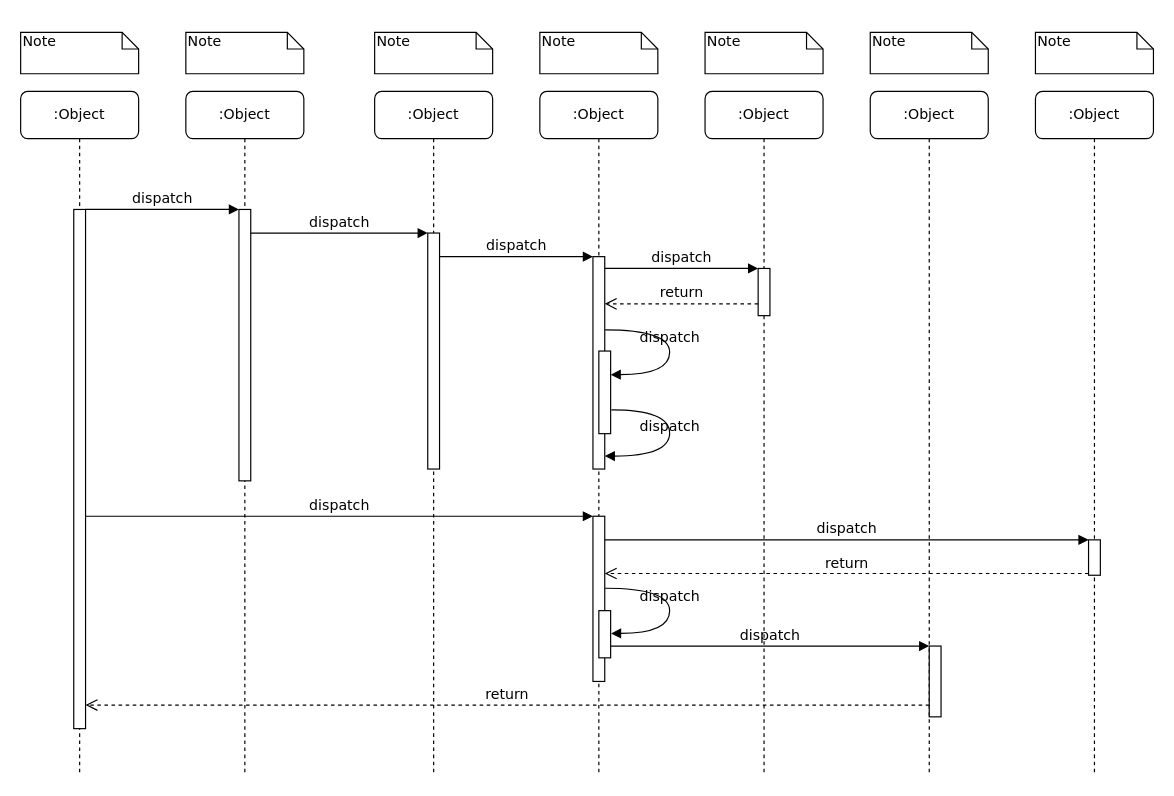
Before: Untitled Diagram.drawio in MarsDy/aaa, a draw.io diagram. Source tidied: cells renumbered, new cells numbered last; positions are measured from the earlier drawing's top-left corner, leaving out a move shared by most shapes. Both pictures are drawn from the tidied source at 118%, with x=0, y=0 at pixel (20, 32).
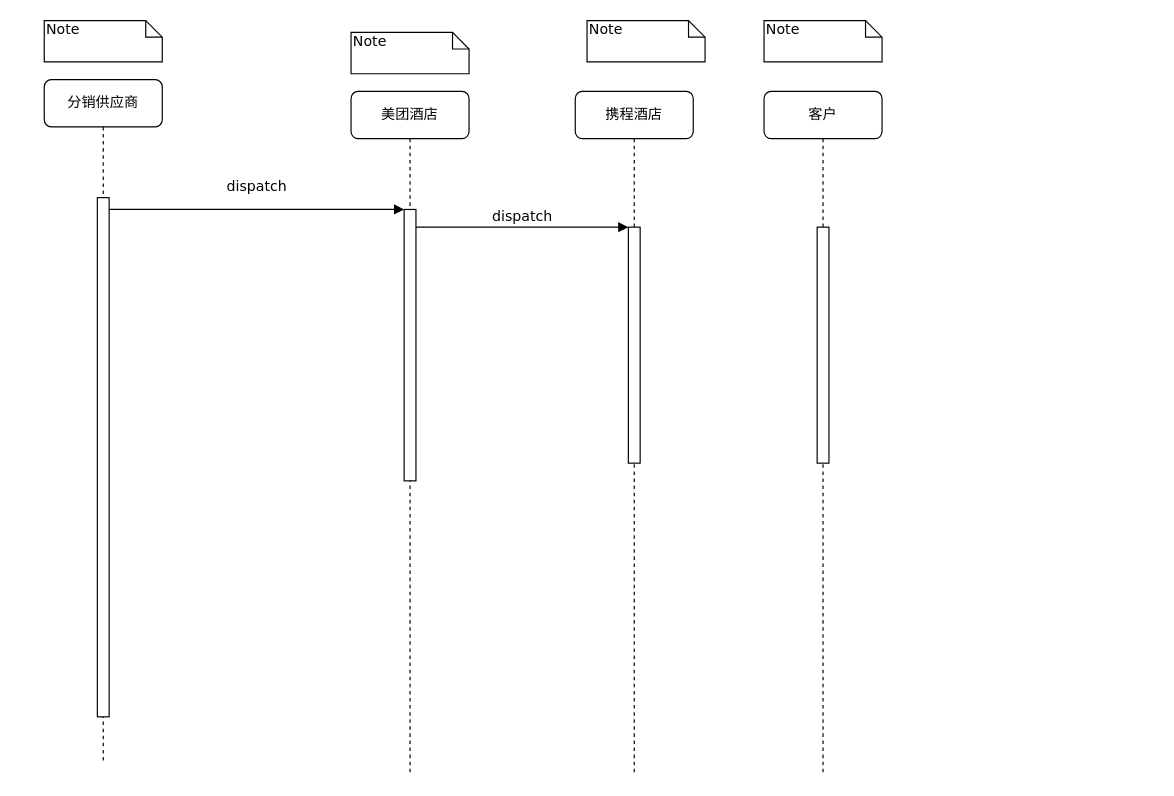
Above is the later version.

Unchanged cells that the change refers to:
```xml
<mxCell id="3" style="html=1;points=[];perimeter=orthogonalPerimeter;rounded=0;shadow=0;comic=0;labelBackgroundColor=none;strokeWidth=1;fontFamily=Verdana;fontSize=12;align=center;" parent="2" vertex="1">
  <mxGeometry x="45" y="100" width="10" height="230" as="geometry" />
</mxCell>
<mxCell id="11" style="html=1;points=[];perimeter=orthogonalPerimeter;rounded=0;shadow=0;comic=0;labelBackgroundColor=none;strokeWidth=1;fontFamily=Verdana;fontSize=12;align=center;" parent="10" vertex="1">
  <mxGeometry x="45" y="100" width="10" height="440" as="geometry" />
</mxCell>
```

The edit, as a diff of the source:
```diff
@@
-    <mxCell id="2" value=":Object" style="shape=umlLifeline;perimeter=lifelinePerimeter;whiteSpace=wrap;html=1;rounded=1;shadow=0;comic=0;labelBackgroundColor=none;strokeWidth=1;fontFamily=Verdana;fontSize=12;align=center;" parent="1" vertex="1">
-      <mxGeometry x="140" y="50" width="100" height="580" as="geometry" />
+    <mxCell id="2" value="美团酒店" style="shape=umlLifeline;perimeter=lifelinePerimeter;whiteSpace=wrap;html=1;rounded=1;shadow=0;comic=0;labelBackgroundColor=none;strokeWidth=1;fontFamily=Verdana;fontSize=12;align=center;" parent="1" vertex="1">
+      <mxGeometry x="280" y="50" width="100" height="580" as="geometry" />
     </mxCell>
@@
-    <mxCell id="4" value=":Object" style="shape=umlLifeline;perimeter=lifelinePerimeter;whiteSpace=wrap;html=1;rounded=1;shadow=0;comic=0;labelBackgroundColor=none;strokeWidth=1;fontFamily=Verdana;fontSize=12;align=center;" parent="1" vertex="1">
-      <mxGeometry x="300" y="50" width="100" height="580" as="geometry" />
+    <mxCell id="4" value="携程酒店" style="shape=umlLifeline;perimeter=lifelinePerimeter;whiteSpace=wrap;html=1;rounded=1;shadow=0;comic=0;labelBackgroundColor=none;strokeWidth=1;fontFamily=Verdana;fontSize=12;align=center;" parent="1" vertex="1">
+      <mxGeometry x="470" y="50" width="100" height="580" as="geometry" />
     </mxCell>
     <mxCell id="5" style="html=1;points=[];perimeter=orthogonalPerimeter;rounded=0;shadow=0;comic=0;labelBackgroundColor=none;strokeWidth=1;fontFamily=Verdana;fontSize=12;align=center;" parent="4" vertex="1">
-      <mxGeometry x="45" y="120" width="10" height="200" as="geometry" />
+      <mxGeometry x="45" y="115" width="10" height="200" as="geometry" />
     </mxCell>
-    <mxCell id="6" value=":Object" style="shape=umlLifeline;perimeter=lifelinePerimeter;whiteSpace=wrap;html=1;rounded=1;shadow=0;comic=0;labelBackgroundColor=none;strokeWidth=1;fontFamily=Verdana;fontSize=12;align=center;" parent="1" vertex="1">
-      <mxGeometry x="440" y="50" width="100" height="580" as="geometry" />
-    </mxCell>
-    <mxCell id="7" value=":Object" style="shape=umlLifeline;perimeter=lifelinePerimeter;whiteSpace=wrap;html=1;rounded=1;shadow=0;comic=0;labelBackgroundColor=none;strokeWidth=1;fontFamily=Verdana;fontSize=12;align=center;" parent="1" vertex="1">
-      <mxGeometry x="580" y="50" width="100" height="580" as="geometry" />
-    </mxCell>
-    <mxCell id="8" value=":Object" style="shape=umlLifeline;perimeter=lifelinePerimeter;whiteSpace=wrap;html=1;rounded=1;shadow=0;comic=0;labelBackgroundColor=none;strokeWidth=1;fontFamily=Verdana;fontSize=12;align=center;" parent="1" vertex="1">
-      <mxGeometry x="720" y="50" width="100" height="580" as="geometry" />
-    </mxCell>
-    <mxCell id="9" value=":Object" style="shape=umlLifeline;perimeter=lifelinePerimeter;whiteSpace=wrap;html=1;rounded=1;shadow=0;comic=0;labelBackgroundColor=none;strokeWidth=1;fontFamily=Verdana;fontSize=12;align=center;" parent="1" vertex="1">
-      <mxGeometry x="860" y="50" width="100" height="580" as="geometry" />
-    </mxCell>
-    <mxCell id="10" value=":Object" style="shape=umlLifeline;perimeter=lifelinePerimeter;whiteSpace=wrap;html=1;rounded=1;shadow=0;comic=0;labelBackgroundColor=none;strokeWidth=1;fontFamily=Verdana;fontSize=12;align=center;" parent="1" vertex="1">
-      <mxGeometry y="50" width="100" height="580" as="geometry" />
+    <mxCell id="10" value="分销供应商" style="shape=umlLifeline;perimeter=lifelinePerimeter;whiteSpace=wrap;html=1;rounded=1;shadow=0;comic=0;labelBackgroundColor=none;strokeWidth=1;fontFamily=Verdana;fontSize=12;align=center;" parent="1" vertex="1">
+      <mxGeometry x="20" y="40" width="100" height="580" as="geometry" />
     </mxCell>
@@
-    <mxCell id="12" style="html=1;points=[];perimeter=orthogonalPerimeter;rounded=0;shadow=0;comic=0;labelBackgroundColor=none;strokeWidth=1;fontFamily=Verdana;fontSize=12;align=center;" parent="1" vertex="1">
-      <mxGeometry x="485" y="190" width="10" height="180" as="geometry" />
-    </mxCell>
-    <mxCell id="13" value="dispatch" style="html=1;verticalAlign=bottom;endArrow=block;labelBackgroundColor=none;fontFamily=Verdana;fontSize=12;edgeStyle=elbowEdgeStyle;elbow=vertical;" parent="1" edge="1" source="5" target="12">
-      <mxGeometry relative="1" as="geometry">
-        <Array as="points">
-          <mxPoint x="360" y="190" />
-        </Array>
-      </mxGeometry>
-    </mxCell>
-    <mxCell id="14" style="html=1;points=[];perimeter=orthogonalPerimeter;rounded=0;shadow=0;comic=0;labelBackgroundColor=none;strokeWidth=1;fontFamily=Verdana;fontSize=12;align=center;" parent="1" vertex="1">
-      <mxGeometry x="625" y="200" width="10" height="40" as="geometry" />
-    </mxCell>
-    <mxCell id="15" value="dispatch" style="html=1;verticalAlign=bottom;endArrow=block;entryX=0;entryY=0;labelBackgroundColor=none;fontFamily=Verdana;fontSize=12;edgeStyle=elbowEdgeStyle;elbow=vertical;" parent="1" edge="1" source="12" target="14">
-      <mxGeometry relative="1" as="geometry" />
-    </mxCell>
-    <mxCell id="16" value="return" style="html=1;verticalAlign=bottom;endArrow=open;dashed=1;endSize=8;labelBackgroundColor=none;fontFamily=Verdana;fontSize=12;edgeStyle=elbowEdgeStyle;elbow=vertical;" parent="1" edge="1" source="14" target="12">
-      <mxGeometry relative="1" as="geometry">
-        <Array as="points">
-          <mxPoint x="570" y="230" />
-          <mxPoint x="600" y="230" />
-        </Array>
-      </mxGeometry>
-    </mxCell>
-    <mxCell id="17" style="html=1;points=[];perimeter=orthogonalPerimeter;rounded=0;shadow=0;comic=0;labelBackgroundColor=none;strokeWidth=1;fontFamily=Verdana;fontSize=12;align=center;" parent="1" vertex="1">
-      <mxGeometry x="485" y="410" width="10" height="140" as="geometry" />
-    </mxCell>
-    <mxCell id="18" value="dispatch" style="html=1;verticalAlign=bottom;endArrow=block;entryX=0;entryY=0;labelBackgroundColor=none;fontFamily=Verdana;fontSize=12;" parent="1" edge="1" source="11" target="17">
-      <mxGeometry relative="1" as="geometry" />
-    </mxCell>
-    <mxCell id="19" style="html=1;points=[];perimeter=orthogonalPerimeter;rounded=0;shadow=0;comic=0;labelBackgroundColor=none;strokeColor=#000000;strokeWidth=1;fillColor=#FFFFFF;fontFamily=Verdana;fontSize=12;fontColor=#000000;align=center;" parent="1" vertex="1">
-      <mxGeometry x="905" y="430" width="10" height="30" as="geometry" />
-    </mxCell>
-    <mxCell id="20" value="dispatch" style="html=1;verticalAlign=bottom;endArrow=block;entryX=0;entryY=0;labelBackgroundColor=none;fontFamily=Verdana;fontSize=12;" parent="1" edge="1" source="17" target="19">
-      <mxGeometry relative="1" as="geometry" />
-    </mxCell>
-    <mxCell id="21" value="return" style="html=1;verticalAlign=bottom;endArrow=open;dashed=1;endSize=8;exitX=0;exitY=0.95;labelBackgroundColor=none;fontFamily=Verdana;fontSize=12;" parent="1" edge="1" source="19" target="17">
-      <mxGeometry relative="1" as="geometry" />
-    </mxCell>
-    <mxCell id="22" style="html=1;points=[];perimeter=orthogonalPerimeter;rounded=0;shadow=0;comic=0;labelBackgroundColor=none;strokeWidth=1;fontFamily=Verdana;fontSize=12;align=center;" parent="1" vertex="1">
-      <mxGeometry x="770" y="520" width="10" height="60" as="geometry" />
-    </mxCell>
-    <mxCell id="23" value="dispatch" style="html=1;verticalAlign=bottom;endArrow=block;entryX=0;entryY=0;labelBackgroundColor=none;fontFamily=Verdana;fontSize=12;edgeStyle=elbowEdgeStyle;elbow=vertical;" parent="1" edge="1" source="30" target="22">
-      <mxGeometry relative="1" as="geometry" />
-    </mxCell>
-    <mxCell id="24" value="return" style="html=1;verticalAlign=bottom;endArrow=open;dashed=1;endSize=8;labelBackgroundColor=none;fontFamily=Verdana;fontSize=12;edgeStyle=elbowEdgeStyle;elbow=vertical;" parent="1" edge="1" source="22" target="11">
-      <mxGeometry relative="1" as="geometry">
-        <Array as="points">
-          <mxPoint x="470" y="570" />
-        </Array>
-      </mxGeometry>
-    </mxCell>
     <mxCell id="25" value="dispatch" style="html=1;verticalAlign=bottom;endArrow=block;entryX=0;entryY=0;labelBackgroundColor=none;fontFamily=Verdana;fontSize=12;edgeStyle=elbowEdgeStyle;elbow=vertical;" parent="1" edge="1" source="11" target="3">
-      <mxGeometry relative="1" as="geometry" />
+      <mxGeometry y="10" relative="1" as="geometry" />
     </mxCell>
@@
-    <mxCell id="27" style="html=1;points=[];perimeter=orthogonalPerimeter;rounded=0;shadow=0;comic=0;labelBackgroundColor=none;strokeWidth=1;fontFamily=Verdana;fontSize=12;align=center;" parent="1" vertex="1">
-      <mxGeometry x="490" y="270" width="10" height="70" as="geometry" />
-    </mxCell>
-    <mxCell id="28" value="dispatch" style="html=1;verticalAlign=bottom;endArrow=block;labelBackgroundColor=none;fontFamily=Verdana;fontSize=12;elbow=vertical;edgeStyle=orthogonalEdgeStyle;curved=1;entryX=1;entryY=0.286;entryPerimeter=0;exitX=1.038;exitY=0.345;exitPerimeter=0;" parent="1" edge="1" source="12" target="27">
-      <mxGeometry relative="1" as="geometry">
-        <Array as="points">
-          <mxPoint x="550" y="252" />
-          <mxPoint x="550" y="290" />
-        </Array>
-      </mxGeometry>
-    </mxCell>
-    <mxCell id="29" value="dispatch" style="html=1;verticalAlign=bottom;endArrow=block;labelBackgroundColor=none;fontFamily=Verdana;fontSize=12;elbow=vertical;edgeStyle=orthogonalEdgeStyle;curved=1;exitX=1.066;exitY=0.713;exitPerimeter=0;" parent="1" edge="1" source="27">
-      <mxGeometry relative="1" as="geometry">
-        <mxPoint x="495" y="359" as="targetPoint" />
-        <Array as="points">
-          <mxPoint x="550" y="320" />
-          <mxPoint x="550" y="359" />
-        </Array>
-      </mxGeometry>
-    </mxCell>
-    <mxCell id="30" style="html=1;points=[];perimeter=orthogonalPerimeter;rounded=0;shadow=0;comic=0;labelBackgroundColor=none;strokeWidth=1;fontFamily=Verdana;fontSize=12;align=center;" parent="1" vertex="1">
-      <mxGeometry x="490" y="490" width="10" height="40" as="geometry" />
-    </mxCell>
-    <mxCell id="31" value="dispatch" style="html=1;verticalAlign=bottom;endArrow=block;labelBackgroundColor=none;fontFamily=Verdana;fontSize=12;elbow=vertical;edgeStyle=orthogonalEdgeStyle;curved=1;entryX=1;entryY=0.286;entryPerimeter=0;exitX=1.038;exitY=0.345;exitPerimeter=0;" parent="1" edge="1">
-      <mxGeometry relative="1" as="geometry">
-        <mxPoint x="495.3" y="471" as="sourcePoint" />
-        <mxPoint x="500.3" y="509.3" as="targetPoint" />
-        <Array as="points">
-          <mxPoint x="550" y="471" />
-          <mxPoint x="550" y="509" />
-        </Array>
-      </mxGeometry>
-    </mxCell>
     <mxCell id="32" value="Note" style="shape=note;whiteSpace=wrap;html=1;size=14;verticalAlign=top;align=left;spacingTop=-6;rounded=0;shadow=0;comic=0;labelBackgroundColor=none;strokeWidth=1;fontFamily=Verdana;fontSize=12;" parent="1" vertex="1">
-      <mxGeometry width="100" height="35" as="geometry" />
+      <mxGeometry x="20" y="-10" width="100" height="35" as="geometry" />
     </mxCell>
     <mxCell id="33" value="Note" style="shape=note;whiteSpace=wrap;html=1;size=14;verticalAlign=top;align=left;spacingTop=-6;rounded=0;shadow=0;comic=0;labelBackgroundColor=none;strokeWidth=1;fontFamily=Verdana;fontSize=12;" parent="1" vertex="1">
-      <mxGeometry x="140" width="100" height="35" as="geometry" />
+      <mxGeometry x="280" width="100" height="35" as="geometry" />
     </mxCell>
     <mxCell id="34" value="Note" style="shape=note;whiteSpace=wrap;html=1;size=14;verticalAlign=top;align=left;spacingTop=-6;rounded=0;shadow=0;comic=0;labelBackgroundColor=none;strokeWidth=1;fontFamily=Verdana;fontSize=12;" parent="1" vertex="1">
-      <mxGeometry x="300" width="100" height="35" as="geometry" />
+      <mxGeometry x="480" y="-10" width="100" height="35" as="geometry" />
     </mxCell>
-    <mxCell id="35" value="Note" style="shape=note;whiteSpace=wrap;html=1;size=14;verticalAlign=top;align=left;spacingTop=-6;rounded=0;shadow=0;comic=0;labelBackgroundColor=none;strokeWidth=1;fontFamily=Verdana;fontSize=12;" parent="1" vertex="1">
-      <mxGeometry x="440" width="100" height="35" as="geometry" />
-    </mxCell>
-    <mxCell id="36" value="Note" style="shape=note;whiteSpace=wrap;html=1;size=14;verticalAlign=top;align=left;spacingTop=-6;rounded=0;shadow=0;comic=0;labelBackgroundColor=none;strokeWidth=1;fontFamily=Verdana;fontSize=12;" parent="1" vertex="1">
-      <mxGeometry x="580" width="100" height="35" as="geometry" />
-    </mxCell>
-    <mxCell id="37" value="Note" style="shape=note;whiteSpace=wrap;html=1;size=14;verticalAlign=top;align=left;spacingTop=-6;rounded=0;shadow=0;comic=0;labelBackgroundColor=none;strokeWidth=1;fontFamily=Verdana;fontSize=12;" parent="1" vertex="1">
-      <mxGeometry x="720" width="100" height="35" as="geometry" />
-    </mxCell>
-    <mxCell id="38" value="Note" style="shape=note;whiteSpace=wrap;html=1;size=14;verticalAlign=top;align=left;spacingTop=-6;rounded=0;shadow=0;comic=0;labelBackgroundColor=none;strokeWidth=1;fontFamily=Verdana;fontSize=12;" parent="1" vertex="1">
-      <mxGeometry x="860" width="100" height="35" as="geometry" />
-    </mxCell>
+    <mxCell id="39" value="客户" style="shape=umlLifeline;perimeter=lifelinePerimeter;whiteSpace=wrap;html=1;rounded=1;shadow=0;comic=0;labelBackgroundColor=none;strokeWidth=1;fontFamily=Verdana;fontSize=12;align=center;" parent="1" vertex="1">
+      <mxGeometry x="630" y="50" width="100" height="580" as="geometry" />
+    </mxCell>
+    <mxCell id="40" style="html=1;perimeter=orthogonalPerimeter;rounded=0;shadow=0;comic=0;labelBackgroundColor=none;strokeWidth=1;fontFamily=Verdana;fontSize=12;align=center;" parent="39" vertex="1">
+      <mxGeometry x="45" y="115" width="10" height="200" as="geometry" />
+    </mxCell>
+    <mxCell id="41" value="Note" style="shape=note;whiteSpace=wrap;html=1;size=14;verticalAlign=top;align=left;spacingTop=-6;rounded=0;shadow=0;comic=0;labelBackgroundColor=none;strokeWidth=1;fontFamily=Verdana;fontSize=12;" parent="1" vertex="1">
+      <mxGeometry x="630" y="-10" width="100" height="35" as="geometry" />
+    </mxCell>
```
